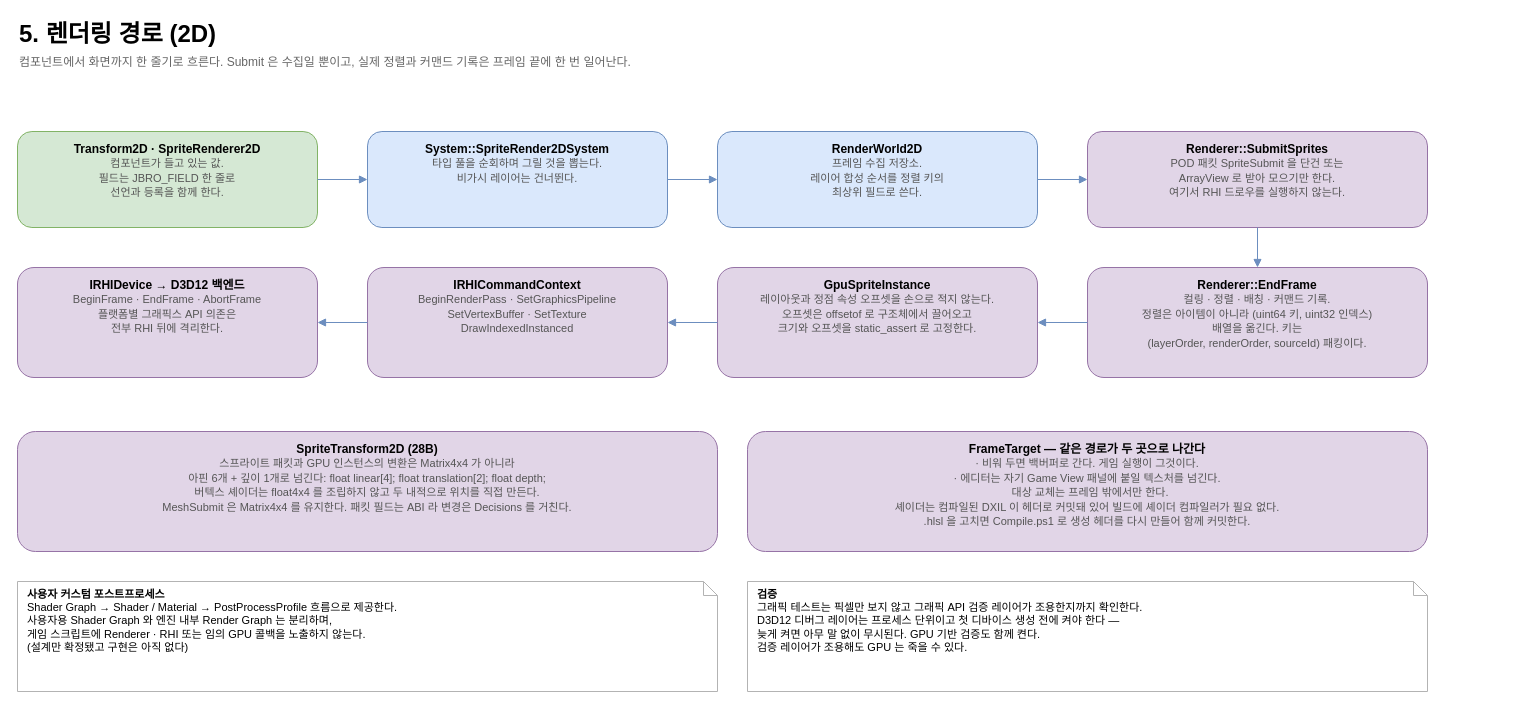
Before: page "5. 렌더링 경로 (2D)" (5 of 6) of docs/JBroEngine.drawio.xml in taku7664/JBroEngine, a draw.io diagram. Source tidied: cells renumbered, new cells numbered last; positions are measured from the earlier drawing's top-left corner, leaving out a move shared by most shapes. Both pictures are drawn from the tidied source at 100%, with x=0, y=0 at pixel (17, 17).
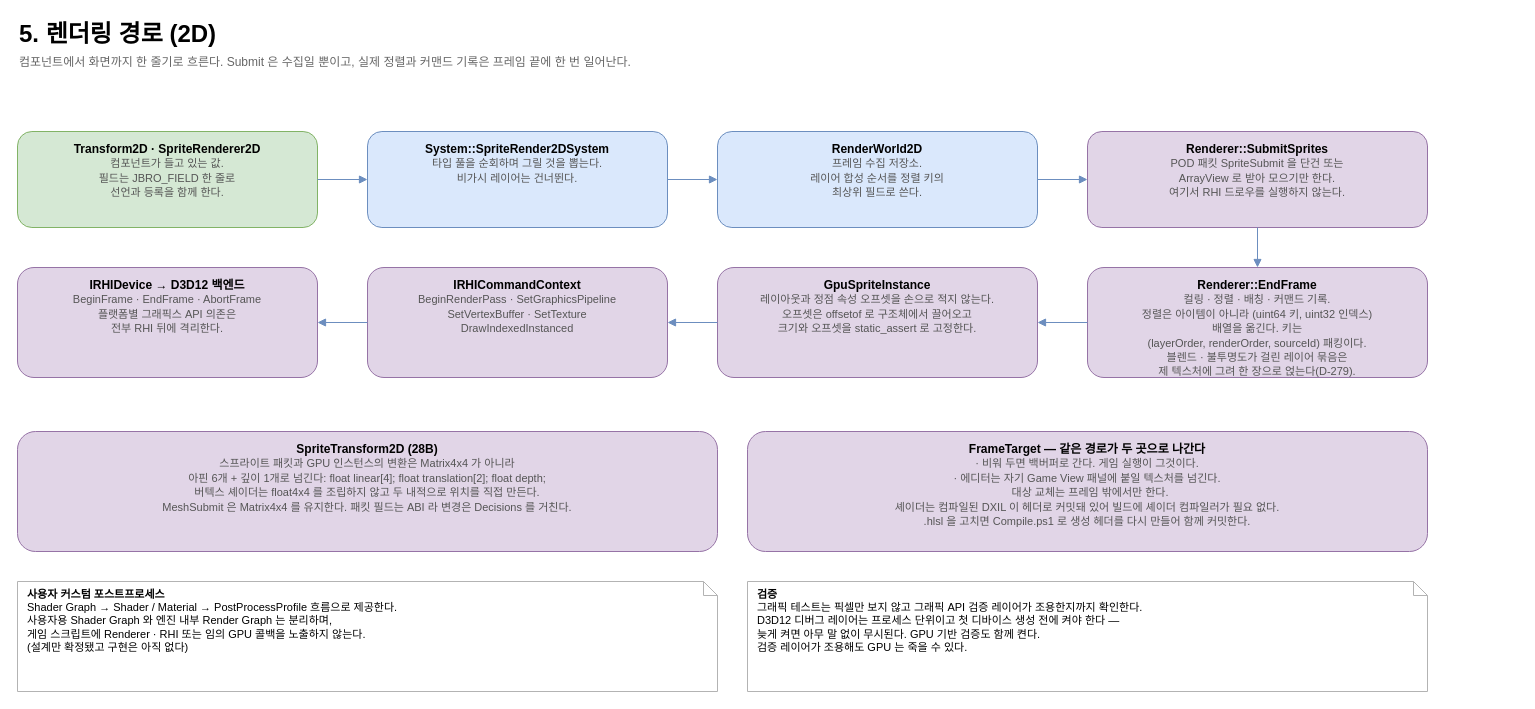
The same diagram, later.

Diff of the diagram source:
```diff
@@
-    <mxCell id="8" value="&lt;b&gt;Renderer::EndFrame&lt;/b&gt;&lt;br&gt;&lt;font color=&quot;#555555&quot; style=&quot;font-size:11px&quot;&gt;컬링 · 정렬 · 배칭 · 커맨드 기록.&lt;br&gt;정렬은 아이템이 아니라 (uint64 키, uint32 인덱스)&lt;br&gt;배열을 옮긴다. 키는&lt;br&gt;(layerOrder, renderOrder, sourceId) 패킹이다.&lt;/font&gt;" style="rounded=1;whiteSpace=wrap;html=1;fontSize=12;verticalAlign=top;spacingTop=4;fillColor=#e1d5e7;strokeColor=#9673a6;" parent="1" vertex="1">
+    <mxCell id="8" value="&lt;b&gt;Renderer::EndFrame&lt;/b&gt;&lt;br&gt;&lt;font color=&quot;#555555&quot; style=&quot;font-size:11px&quot;&gt;컬링 · 정렬 · 배칭 · 커맨드 기록.&lt;br&gt;정렬은 아이템이 아니라 (uint64 키, uint32 인덱스)&lt;br&gt;배열을 옮긴다. 키는&lt;br&gt;(layerOrder, renderOrder, sourceId) 패킹이다.&lt;br&gt;블렌드 · 불투명도가 걸린 레이어 묶음은&lt;br&gt;제 텍스처에 그려 한 장으로 얹는다(D-279).&lt;/font&gt;" style="rounded=1;whiteSpace=wrap;html=1;fontSize=12;verticalAlign=top;spacingTop=4;fillColor=#e1d5e7;strokeColor=#9673a6;" parent="1" vertex="1">
       <mxGeometry x="1070" y="250" width="340" height="110" as="geometry" />
     </mxCell>
```
